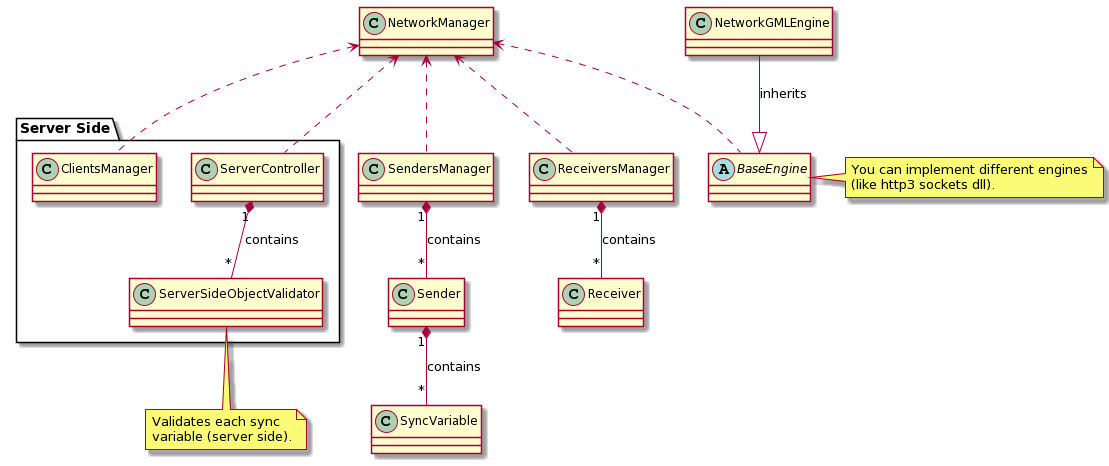
Above: docs/Diagrams/class_diagram.png in lcnvdl/gms2-networking (PlantUML), before the change.
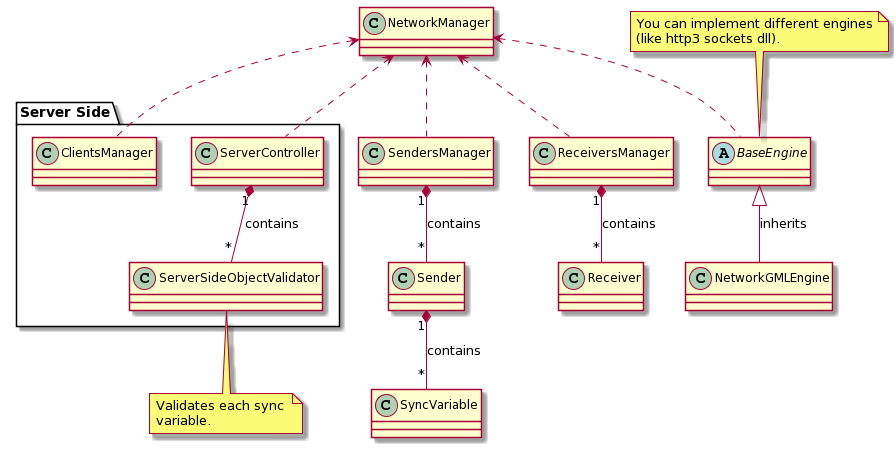
The same file after the commit.

Commit message:
Diagram improved

Change to the diagram source:
```diff
@@ -13,8 +13,8 @@
   class ServerSideObjectValidator
 }
 
-note right of BaseEngine: You can implement different engines\n(like http3 sockets dll).
-note bottom of ServerSideObjectValidator: Validates each sync \nvariable (server side).
+note top of BaseEngine: You can implement different engines\n(like http3 sockets dll).
+note bottom of ServerSideObjectValidator: Validates each sync \nvariable.
 
 NetworkManager <.. SendersManager
 NetworkManager <.. ReceiversManager
@@ -22,7 +22,7 @@
 NetworkManager <.. BaseEngine
 NetworkManager <.. ServerController
 
-NetworkGMLEngine --|> BaseEngine : inherits
+BaseEngine <|-- NetworkGMLEngine : inherits
 
 SendersManager "1" *-- "*" Sender : contains
 
```
